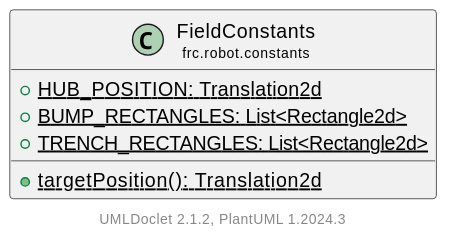
This is docs/uml/frc/robot/constants/FieldConstants.svg from LakotaRobotics1038/2026RobotProject, a PlantUML export, as it was before one commit. Its diagram source:
```plantuml
@startuml
    set namespaceSeparator none
    hide empty fields
    hide empty methods

    class "<size:14>FieldConstants\n<size:10>frc.robot.constants" as frc.robot.constants.FieldConstants [[FieldConstants.html]] {
        {static} +HUB_POSITION: Translation2d
        {static} +BUMP_RECTANGLES: List<Rectangle2d>
        {static} +TRENCH_RECTANGLES: List<Rectangle2d>
        {static} +targetPosition(): Translation2d
    }
    center footer UMLDoclet 2.1.2, PlantUML %version()
@enduml
```
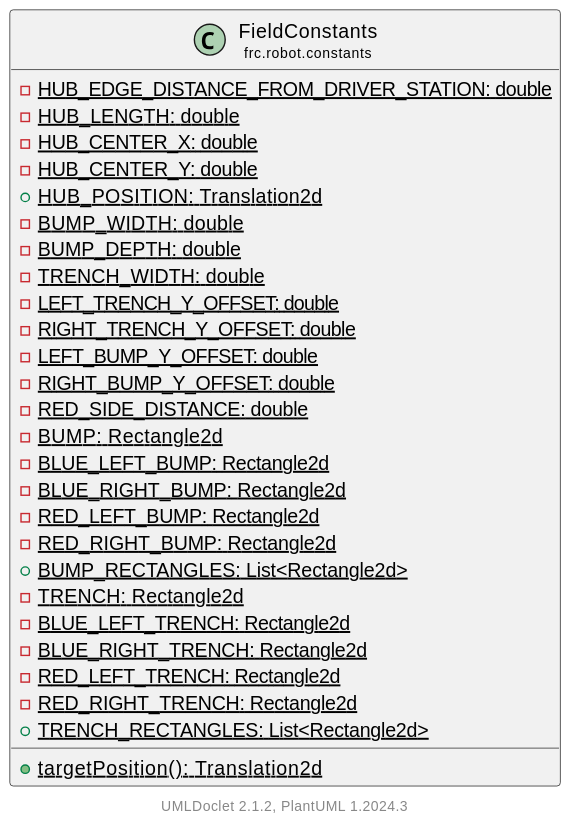
The same diagram one commit later.

What changed in the source:
```diff
@@ -4,8 +4,30 @@
     hide empty methods
 
     class "<size:14>FieldConstants\n<size:10>frc.robot.constants" as frc.robot.constants.FieldConstants [[FieldConstants.html]] {
+        {static} -HUB_EDGE_DISTANCE_FROM_DRIVER_STATION: double
+        {static} -HUB_LENGTH: double
+        {static} -HUB_CENTER_X: double
+        {static} -HUB_CENTER_Y: double
         {static} +HUB_POSITION: Translation2d
+        {static} -BUMP_WIDTH: double
+        {static} -BUMP_DEPTH: double
+        {static} -TRENCH_WIDTH: double
+        {static} -LEFT_TRENCH_Y_OFFSET: double
+        {static} -RIGHT_TRENCH_Y_OFFSET: double
+        {static} -LEFT_BUMP_Y_OFFSET: double
+        {static} -RIGHT_BUMP_Y_OFFSET: double
+        {static} -RED_SIDE_DISTANCE: double
+        {static} -BUMP: Rectangle2d
+        {static} -BLUE_LEFT_BUMP: Rectangle2d
+        {static} -BLUE_RIGHT_BUMP: Rectangle2d
+        {static} -RED_LEFT_BUMP: Rectangle2d
+        {static} -RED_RIGHT_BUMP: Rectangle2d
         {static} +BUMP_RECTANGLES: List<Rectangle2d>
+        {static} -TRENCH: Rectangle2d
+        {static} -BLUE_LEFT_TRENCH: Rectangle2d
+        {static} -BLUE_RIGHT_TRENCH: Rectangle2d
+        {static} -RED_LEFT_TRENCH: Rectangle2d
+        {static} -RED_RIGHT_TRENCH: Rectangle2d
         {static} +TRENCH_RECTANGLES: List<Rectangle2d>
         {static} +targetPosition(): Translation2d
     }
```
